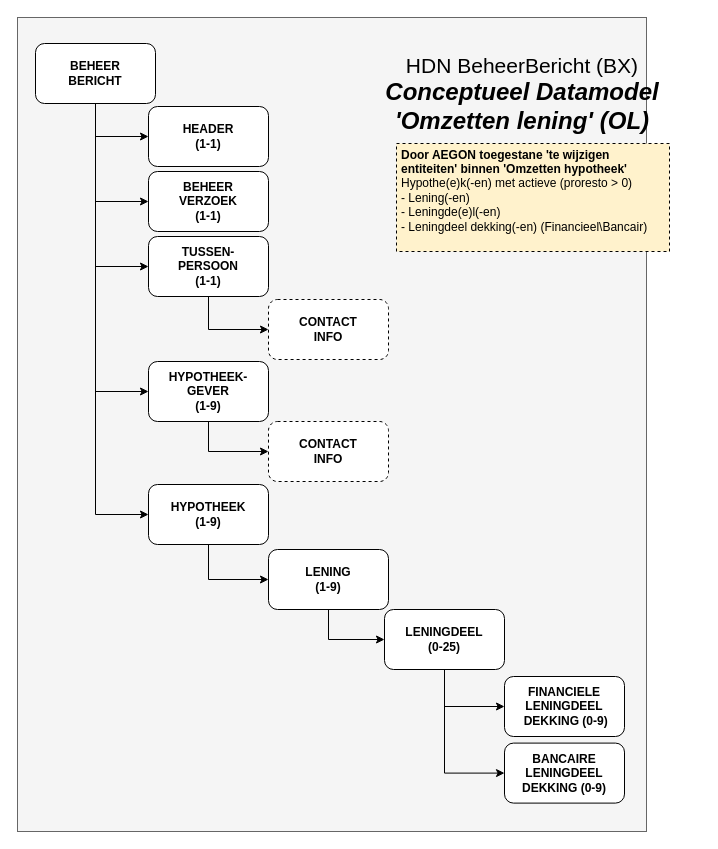
Above: page "Datamodel OL" (1 of 6) of HDN_BX_MM_OmzettenLening.drawio in luchthandel/diagrams (draw.io), before the change. Source tidied: cells renumbered, new cells numbered last; positions are measured from the earlier drawing's top-left corner, leaving out a move shared by most shapes. Both pictures are drawn from the tidied source at 100%, with x=0, y=0 at pixel (17, 17).
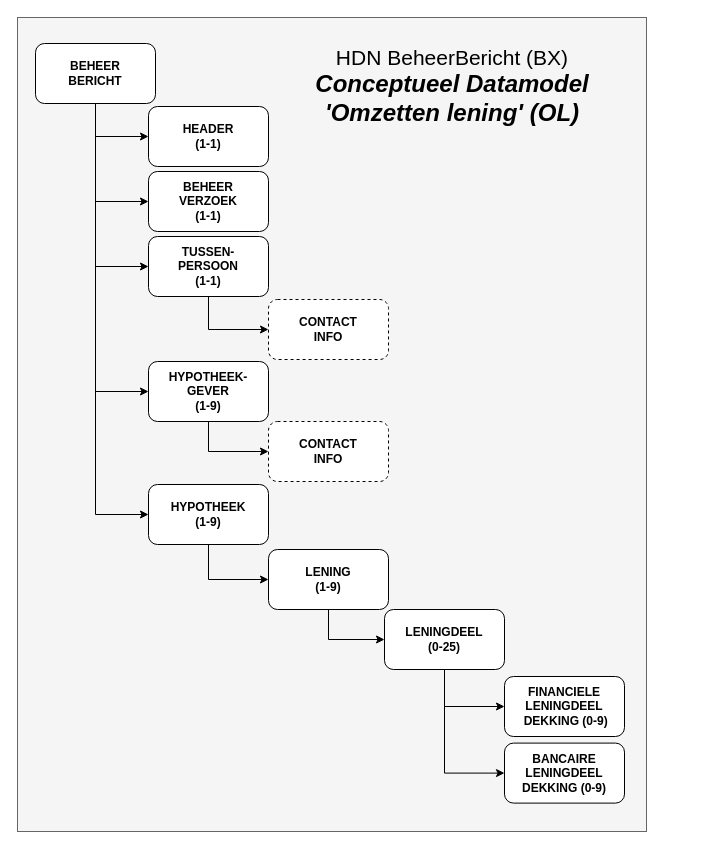
The same page after the edit.

The edit, as a diff of the source:
```diff
@@
     <mxCell id="24" value="&lt;font style=&quot;font-size: 21px&quot;&gt;HDN BeheerBericht (BX)&lt;br&gt;&lt;/font&gt;&lt;span style=&quot;font-size: 24px&quot;&gt;&lt;b&gt;&lt;i&gt;Conceptueel Datamodel&lt;br&gt;'Omzetten lening' (OL)&lt;/i&gt;&lt;/b&gt;&lt;/span&gt;" style="text;html=1;strokeColor=none;fillColor=none;align=center;verticalAlign=middle;whiteSpace=wrap;rounded=0;" parent="1" vertex="1">
-      <mxGeometry x="327" y="40" width="356.4" height="74.5" as="geometry" />
+      <mxGeometry x="257" y="32" width="356.4" height="74.5" as="geometry" />
     </mxCell>
@@
-    <mxCell id="27" value="&lt;p style=&quot;font-size: 12px&quot;&gt;&lt;b&gt;Door AEGON toegestane 'te wijzigen entiteiten' binnen 'Omzetten hypotheek'&lt;br&gt;&lt;/b&gt;Hypothe(e)k(-en) met actieve (proresto &amp;gt; 0)&lt;br&gt;- Lening(-en)&lt;br&gt;- Leningde(e)l(-en)&lt;br&gt;- Leningdeel dekking(-en) (Financieel\Bancair)&lt;/p&gt;&lt;p&gt;&lt;/p&gt;" style="text;html=1;fillColor=#fff2cc;spacing=5;spacingTop=-20;whiteSpace=wrap;overflow=hidden;rounded=0;align=left;fontSize=12;verticalAlign=bottom;strokeColor=#000000;dashed=1;" parent="1" vertex="1">
-      <mxGeometry x="379" y="126" width="273" height="108" as="geometry" />
-    </mxCell>
```
